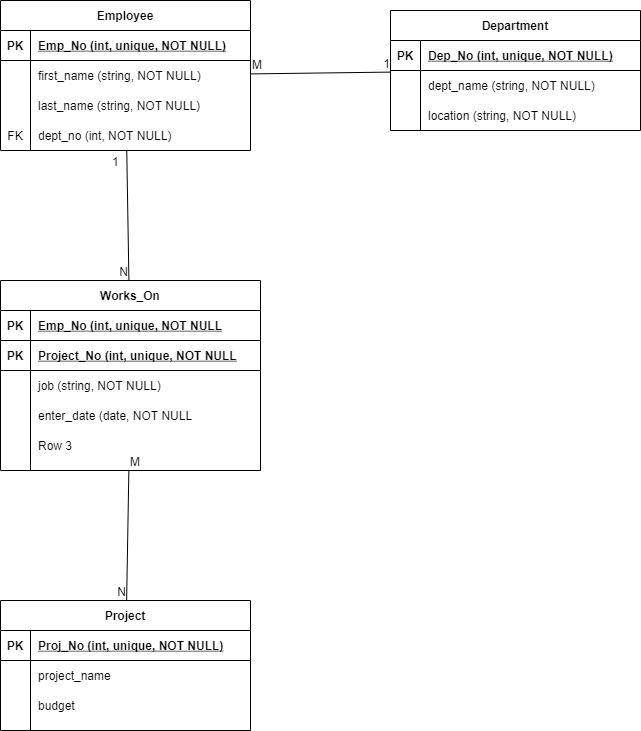
Above: Mod3/Alex_Field_LA3.png in alexfield55/cs3550 (draw.io), before the change. Source tidied: cells renumbered, new cells last; positions are measured from the earlier drawing's top-left corner, leaving out a move shared by most shapes. Source of this version:
```xml
<mxGraphModel>
  <root>
    <mxCell id="0" />
    <mxCell id="1" parent="0" />
    <mxCell id="2" value="Department" style="shape=table;startSize=30;rowLines=0;fontStyle=1;align=center;" parent="1" vertex="1">
      <mxGeometry x="390" y="10" width="250" height="120" as="geometry" />
    </mxCell>
    <mxCell id="3" style="shape=partialRectangle;fillColor=none;top=0;left=0;right=0;bottom=1;" parent="2" vertex="1">
      <mxGeometry y="30" width="250" height="30" as="geometry" />
    </mxCell>
    <mxCell id="4" value="PK" style="shape=partialRectangle;overflow=hidden;fillColor=none;top=0;left=0;bottom=0;right=0;fontStyle=1;" parent="3" vertex="1">
      <mxGeometry width="30" height="30" as="geometry" />
    </mxCell>
    <mxCell id="5" value="Dep_No (int, unique, NOT NULL)" style="shape=partialRectangle;overflow=hidden;fillColor=none;top=0;left=0;bottom=0;right=0;align=left;spacingLeft=6;fontStyle=5;" parent="3" vertex="1">
      <mxGeometry x="30" width="220" height="30" as="geometry" />
    </mxCell>
    <mxCell id="6" style="shape=partialRectangle;fillColor=none;top=0;left=0;right=0;bottom=0;" parent="2" vertex="1">
      <mxGeometry y="60" width="250" height="30" as="geometry" />
    </mxCell>
    <mxCell id="7" style="shape=partialRectangle;overflow=hidden;fillColor=none;top=0;left=0;bottom=0;right=0;" parent="6" vertex="1">
      <mxGeometry width="30" height="30" as="geometry" />
    </mxCell>
    <mxCell id="8" value="dept_name (string, NOT NULL)" style="shape=partialRectangle;overflow=hidden;fillColor=none;top=0;left=0;bottom=0;right=0;align=left;spacingLeft=6;" parent="6" vertex="1">
      <mxGeometry x="30" width="220" height="30" as="geometry" />
    </mxCell>
    <mxCell id="9" style="shape=partialRectangle;fillColor=none;top=0;left=0;right=0;bottom=0;" parent="2" vertex="1">
      <mxGeometry y="90" width="250" height="30" as="geometry" />
    </mxCell>
    <mxCell id="10" style="shape=partialRectangle;overflow=hidden;fillColor=none;top=0;left=0;bottom=0;right=0;" parent="9" vertex="1">
      <mxGeometry width="30" height="30" as="geometry" />
    </mxCell>
    <mxCell id="11" value="location (string, NOT NULL)" style="shape=partialRectangle;overflow=hidden;fillColor=none;top=0;left=0;bottom=0;right=0;align=left;spacingLeft=6;" parent="9" vertex="1">
      <mxGeometry x="30" width="220" height="30" as="geometry" />
    </mxCell>
    <mxCell id="12" value="Project" style="shape=table;startSize=30;rowLines=0;fontStyle=1;align=center;" parent="1" vertex="1">
      <mxGeometry y="600" width="250" height="130" as="geometry" />
    </mxCell>
    <mxCell id="13" style="shape=partialRectangle;fillColor=none;top=0;left=0;right=0;bottom=1;" parent="12" vertex="1">
      <mxGeometry y="30" width="250" height="30" as="geometry" />
    </mxCell>
    <mxCell id="14" value="PK" style="shape=partialRectangle;overflow=hidden;fillColor=none;top=0;left=0;bottom=0;right=0;fontStyle=1;" parent="13" vertex="1">
      <mxGeometry width="30" height="30" as="geometry" />
    </mxCell>
    <mxCell id="15" value="Proj_No (int, unique, NOT NULL)" style="shape=partialRectangle;overflow=hidden;fillColor=none;top=0;left=0;bottom=0;right=0;align=left;spacingLeft=6;fontStyle=5;" parent="13" vertex="1">
      <mxGeometry x="30" width="220" height="30" as="geometry" />
    </mxCell>
    <mxCell id="16" style="shape=partialRectangle;fillColor=none;top=0;left=0;right=0;bottom=0;" parent="12" vertex="1">
      <mxGeometry y="60" width="250" height="30" as="geometry" />
    </mxCell>
    <mxCell id="17" style="shape=partialRectangle;overflow=hidden;fillColor=none;top=0;left=0;bottom=0;right=0;" parent="16" vertex="1">
      <mxGeometry width="30" height="30" as="geometry" />
    </mxCell>
    <mxCell id="18" value="project_name" style="shape=partialRectangle;overflow=hidden;fillColor=none;top=0;left=0;bottom=0;right=0;align=left;spacingLeft=6;" parent="16" vertex="1">
      <mxGeometry x="30" width="220" height="30" as="geometry" />
    </mxCell>
    <mxCell id="19" style="shape=partialRectangle;fillColor=none;top=0;left=0;right=0;bottom=0;" parent="12" vertex="1">
      <mxGeometry y="90" width="250" height="30" as="geometry" />
    </mxCell>
    <mxCell id="20" style="shape=partialRectangle;overflow=hidden;fillColor=none;top=0;left=0;bottom=0;right=0;" parent="19" vertex="1">
      <mxGeometry width="30" height="30" as="geometry" />
    </mxCell>
    <mxCell id="21" value="budget" style="shape=partialRectangle;overflow=hidden;fillColor=none;top=0;left=0;bottom=0;right=0;align=left;spacingLeft=6;" parent="19" vertex="1">
      <mxGeometry x="30" width="220" height="30" as="geometry" />
    </mxCell>
    <mxCell id="22" value="Employee" style="shape=table;startSize=30;rowLines=0;fontStyle=1;align=center;" parent="1" vertex="1">
      <mxGeometry width="250" height="150" as="geometry" />
    </mxCell>
    <mxCell id="23" style="shape=partialRectangle;fillColor=none;top=0;left=0;right=0;bottom=1;" parent="22" vertex="1">
      <mxGeometry y="30" width="250" height="30" as="geometry" />
    </mxCell>
    <mxCell id="24" value="PK" style="shape=partialRectangle;overflow=hidden;fillColor=none;top=0;left=0;bottom=0;right=0;fontStyle=1;" parent="23" vertex="1">
      <mxGeometry width="30" height="30" as="geometry" />
    </mxCell>
    <mxCell id="25" value="Emp_No (int, unique, NOT NULL)" style="shape=partialRectangle;overflow=hidden;fillColor=none;top=0;left=0;bottom=0;right=0;align=left;spacingLeft=6;fontStyle=5;" parent="23" vertex="1">
      <mxGeometry x="30" width="220" height="30" as="geometry" />
    </mxCell>
    <mxCell id="26" style="shape=partialRectangle;fillColor=none;top=0;left=0;right=0;bottom=0;" parent="22" vertex="1">
      <mxGeometry y="60" width="250" height="30" as="geometry" />
    </mxCell>
    <mxCell id="27" style="shape=partialRectangle;overflow=hidden;fillColor=none;top=0;left=0;bottom=0;right=0;" parent="26" vertex="1">
      <mxGeometry width="30" height="30" as="geometry" />
    </mxCell>
    <mxCell id="28" value="first_name (string, NOT NULL)" style="shape=partialRectangle;overflow=hidden;fillColor=none;top=0;left=0;bottom=0;right=0;align=left;spacingLeft=6;" parent="26" vertex="1">
      <mxGeometry x="30" width="220" height="30" as="geometry" />
    </mxCell>
    <mxCell id="29" style="shape=partialRectangle;fillColor=none;top=0;left=0;bottom=0;right=0;" parent="22" vertex="1">
      <mxGeometry y="90" width="250" height="30" as="geometry" />
    </mxCell>
    <mxCell id="30" style="shape=partialRectangle;fillColor=none;top=0;left=0;bottom=0;right=0;overflow=hidden;" parent="29" vertex="1">
      <mxGeometry width="30" height="30" as="geometry" />
    </mxCell>
    <mxCell id="31" value="last_name (string, NOT NULL)" style="shape=partialRectangle;fillColor=none;top=0;left=0;bottom=0;right=0;align=left;spacingLeft=6;overflow=hidden;" parent="29" vertex="1">
      <mxGeometry x="30" width="220" height="30" as="geometry" />
    </mxCell>
    <mxCell id="32" style="shape=partialRectangle;fillColor=none;top=0;left=0;bottom=0;right=0;" parent="22" vertex="1">
      <mxGeometry y="120" width="250" height="30" as="geometry" />
    </mxCell>
    <mxCell id="33" value="FK" style="shape=partialRectangle;fillColor=none;top=0;left=0;bottom=0;right=0;fontStyle=0;overflow=hidden;" parent="32" vertex="1">
      <mxGeometry width="30" height="30" as="geometry" />
    </mxCell>
    <mxCell id="34" value="dept_no (int, NOT NULL)" style="shape=partialRectangle;fillColor=none;top=0;left=0;bottom=0;right=0;align=left;spacingLeft=6;fontStyle=0;overflow=hidden;" parent="32" vertex="1">
      <mxGeometry x="30" width="220" height="30" as="geometry" />
    </mxCell>
    <mxCell id="35" value="Works_On" style="shape=table;startSize=30;rowLines=0;fontStyle=1;align=center;" parent="1" vertex="1">
      <mxGeometry y="280" width="260" height="190" as="geometry" />
    </mxCell>
    <mxCell id="36" style="shape=partialRectangle;fillColor=none;top=0;left=0;bottom=1;right=0;" parent="35" vertex="1">
      <mxGeometry y="30" width="260" height="30" as="geometry" />
    </mxCell>
    <mxCell id="37" value="PK" style="shape=partialRectangle;fillColor=none;top=0;left=0;bottom=0;right=0;fontStyle=1;overflow=hidden;" parent="36" vertex="1">
      <mxGeometry width="30" height="30" as="geometry" />
    </mxCell>
    <mxCell id="38" value="Emp_No (int, unique, NOT NULL" style="shape=partialRectangle;fillColor=none;top=0;left=0;bottom=0;right=0;align=left;spacingLeft=6;fontStyle=5;overflow=hidden;" parent="36" vertex="1">
      <mxGeometry x="30" width="230" height="30" as="geometry" />
    </mxCell>
    <mxCell id="39" style="shape=partialRectangle;fillColor=none;top=0;left=0;bottom=1;right=0;" parent="35" vertex="1">
      <mxGeometry y="60" width="260" height="30" as="geometry" />
    </mxCell>
    <mxCell id="40" value="PK" style="shape=partialRectangle;fillColor=none;top=0;left=0;bottom=0;right=0;fontStyle=1;overflow=hidden;" parent="39" vertex="1">
      <mxGeometry width="30" height="30" as="geometry" />
    </mxCell>
    <mxCell id="41" value="Project_No (int, unique, NOT NULL" style="shape=partialRectangle;fillColor=none;top=0;left=0;bottom=0;right=0;align=left;spacingLeft=6;fontStyle=5;overflow=hidden;" parent="39" vertex="1">
      <mxGeometry x="30" width="230" height="30" as="geometry" />
    </mxCell>
    <mxCell id="42" style="shape=partialRectangle;fillColor=none;top=0;left=0;bottom=0;right=0;" parent="35" vertex="1">
      <mxGeometry y="90" width="260" height="30" as="geometry" />
    </mxCell>
    <mxCell id="43" style="shape=partialRectangle;fillColor=none;top=0;left=0;bottom=0;right=0;overflow=hidden;" parent="42" vertex="1">
      <mxGeometry width="30" height="30" as="geometry" />
    </mxCell>
    <mxCell id="44" value="job (string, NOT NULL)" style="shape=partialRectangle;fillColor=none;top=0;left=0;bottom=0;right=0;align=left;spacingLeft=6;overflow=hidden;" parent="42" vertex="1">
      <mxGeometry x="30" width="230" height="30" as="geometry" />
    </mxCell>
    <mxCell id="45" style="shape=partialRectangle;fillColor=none;top=0;left=0;bottom=0;right=0;" parent="35" vertex="1">
      <mxGeometry y="120" width="260" height="30" as="geometry" />
    </mxCell>
    <mxCell id="46" style="shape=partialRectangle;fillColor=none;top=0;left=0;bottom=0;right=0;overflow=hidden;" parent="45" vertex="1">
      <mxGeometry width="30" height="30" as="geometry" />
    </mxCell>
    <mxCell id="47" value="enter_date (date, NOT NULL" style="shape=partialRectangle;fillColor=none;top=0;left=0;bottom=0;right=0;align=left;spacingLeft=6;overflow=hidden;" parent="45" vertex="1">
      <mxGeometry x="30" width="230" height="30" as="geometry" />
    </mxCell>
    <mxCell id="48" style="shape=partialRectangle;fillColor=none;top=0;left=0;bottom=0;right=0;" parent="35" vertex="1">
      <mxGeometry y="150" width="260" height="30" as="geometry" />
    </mxCell>
    <mxCell id="49" style="shape=partialRectangle;fillColor=none;top=0;left=0;bottom=0;right=0;overflow=hidden;" parent="48" vertex="1">
      <mxGeometry width="30" height="30" as="geometry" />
    </mxCell>
    <mxCell id="50" value="Row 3" style="shape=partialRectangle;fillColor=none;top=0;left=0;bottom=0;right=0;align=left;spacingLeft=6;overflow=hidden;" parent="48" vertex="1">
      <mxGeometry x="30" width="230" height="30" as="geometry" />
    </mxCell>
    <mxCell id="51" style="endArrow=none;html=1;rounded=0;" parent="1" edge="1" source="22" target="35">
      <mxGeometry relative="1" as="geometry" />
    </mxCell>
    <mxCell id="52" value="1" style="html=1;align=left;verticalAlign=bottom;" parent="51" vertex="1">
      <mxGeometry x="-1" relative="1" as="geometry">
        <mxPoint x="-16.2" y="20" as="offset" />
      </mxGeometry>
    </mxCell>
    <mxCell id="53" value="N" style="html=1;align=right;verticalAlign=bottom;" parent="51" vertex="1">
      <mxGeometry x="1" relative="1" as="geometry" />
    </mxCell>
    <mxCell id="54" style="endArrow=none;html=1;rounded=0;" parent="1" edge="1" source="35" target="12">
      <mxGeometry relative="1" as="geometry" />
    </mxCell>
    <mxCell id="55" value="M" style="html=1;align=left;verticalAlign=bottom;" parent="54" vertex="1">
      <mxGeometry x="-1" relative="1" as="geometry" />
    </mxCell>
    <mxCell id="56" value="N" style="html=1;align=right;verticalAlign=bottom;" parent="54" vertex="1">
      <mxGeometry x="1" relative="1" as="geometry" />
    </mxCell>
    <mxCell id="57" style="endArrow=none;html=1;rounded=0;" parent="1" edge="1" source="22" target="2">
      <mxGeometry relative="1" as="geometry" />
    </mxCell>
    <mxCell id="58" value="M" style="html=1;align=left;verticalAlign=bottom;" parent="57" vertex="1">
      <mxGeometry x="-1" relative="1" as="geometry" />
    </mxCell>
    <mxCell id="59" value="1" style="html=1;align=right;verticalAlign=bottom;" parent="57" vertex="1">
      <mxGeometry x="1" relative="1" as="geometry" />
    </mxCell>
  </root>
</mxGraphModel>
```
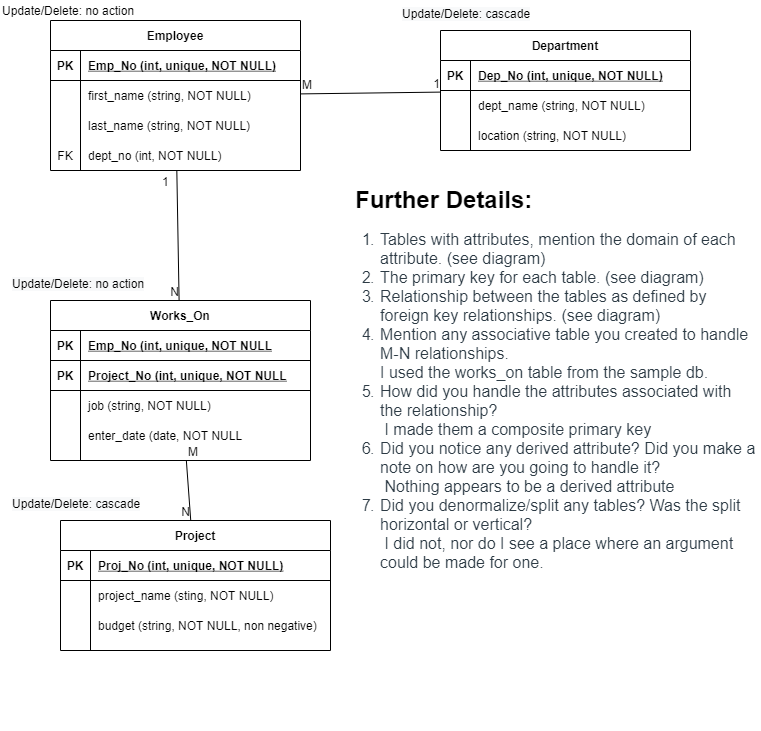
Above is the later version.

What changed in the source:
```diff
@@ -33,34 +33,34 @@
       <mxGeometry x="30" width="220" height="30" as="geometry" />
     </mxCell>
     <mxCell id="12" value="Project" style="shape=table;startSize=30;rowLines=0;fontStyle=1;align=center;" parent="1" vertex="1">
-      <mxGeometry y="600" width="250" height="130" as="geometry" />
+      <mxGeometry x="10" y="500" width="270" height="130" as="geometry" />
     </mxCell>
     <mxCell id="13" style="shape=partialRectangle;fillColor=none;top=0;left=0;right=0;bottom=1;" parent="12" vertex="1">
-      <mxGeometry y="30" width="250" height="30" as="geometry" />
+      <mxGeometry y="30" width="270" height="30" as="geometry" />
     </mxCell>
     <mxCell id="14" value="PK" style="shape=partialRectangle;overflow=hidden;fillColor=none;top=0;left=0;bottom=0;right=0;fontStyle=1;" parent="13" vertex="1">
       <mxGeometry width="30" height="30" as="geometry" />
     </mxCell>
     <mxCell id="15" value="Proj_No (int, unique, NOT NULL)" style="shape=partialRectangle;overflow=hidden;fillColor=none;top=0;left=0;bottom=0;right=0;align=left;spacingLeft=6;fontStyle=5;" parent="13" vertex="1">
-      <mxGeometry x="30" width="220" height="30" as="geometry" />
+      <mxGeometry x="30" width="240" height="30" as="geometry" />
     </mxCell>
     <mxCell id="16" style="shape=partialRectangle;fillColor=none;top=0;left=0;right=0;bottom=0;" parent="12" vertex="1">
-      <mxGeometry y="60" width="250" height="30" as="geometry" />
+      <mxGeometry y="60" width="270" height="30" as="geometry" />
     </mxCell>
     <mxCell id="17" style="shape=partialRectangle;overflow=hidden;fillColor=none;top=0;left=0;bottom=0;right=0;" parent="16" vertex="1">
       <mxGeometry width="30" height="30" as="geometry" />
     </mxCell>
-    <mxCell id="18" value="project_name" style="shape=partialRectangle;overflow=hidden;fillColor=none;top=0;left=0;bottom=0;right=0;align=left;spacingLeft=6;" parent="16" vertex="1">
-      <mxGeometry x="30" width="220" height="30" as="geometry" />
+    <mxCell id="18" value="project_name (sting, NOT NULL)" style="shape=partialRectangle;overflow=hidden;fillColor=none;top=0;left=0;bottom=0;right=0;align=left;spacingLeft=6;" parent="16" vertex="1">
+      <mxGeometry x="30" width="240" height="30" as="geometry" />
     </mxCell>
     <mxCell id="19" style="shape=partialRectangle;fillColor=none;top=0;left=0;right=0;bottom=0;" parent="12" vertex="1">
-      <mxGeometry y="90" width="250" height="30" as="geometry" />
+      <mxGeometry y="90" width="270" height="30" as="geometry" />
     </mxCell>
     <mxCell id="20" style="shape=partialRectangle;overflow=hidden;fillColor=none;top=0;left=0;bottom=0;right=0;" parent="19" vertex="1">
       <mxGeometry width="30" height="30" as="geometry" />
     </mxCell>
-    <mxCell id="21" value="budget" style="shape=partialRectangle;overflow=hidden;fillColor=none;top=0;left=0;bottom=0;right=0;align=left;spacingLeft=6;" parent="19" vertex="1">
-      <mxGeometry x="30" width="220" height="30" as="geometry" />
+    <mxCell id="21" value="budget (string, NOT NULL, non negative)" style="shape=partialRectangle;overflow=hidden;fillColor=none;top=0;left=0;bottom=0;right=0;align=left;spacingLeft=6;" parent="19" vertex="1">
+      <mxGeometry x="30" width="240" height="30" as="geometry" />
     </mxCell>
     <mxCell id="22" value="Employee" style="shape=table;startSize=30;rowLines=0;fontStyle=1;align=center;" parent="1" vertex="1">
       <mxGeometry width="250" height="150" as="geometry" />
@@ -102,7 +102,7 @@
       <mxGeometry x="30" width="220" height="30" as="geometry" />
     </mxCell>
     <mxCell id="35" value="Works_On" style="shape=table;startSize=30;rowLines=0;fontStyle=1;align=center;" parent="1" vertex="1">
-      <mxGeometry y="280" width="260" height="190" as="geometry" />
+      <mxGeometry y="280" width="260" height="160" as="geometry" />
     </mxCell>
     <mxCell id="36" style="shape=partialRectangle;fillColor=none;top=0;left=0;bottom=1;right=0;" parent="35" vertex="1">
       <mxGeometry y="30" width="260" height="30" as="geometry" />
@@ -140,15 +140,6 @@
     <mxCell id="47" value="enter_date (date, NOT NULL" style="shape=partialRectangle;fillColor=none;top=0;left=0;bottom=0;right=0;align=left;spacingLeft=6;overflow=hidden;" parent="45" vertex="1">
       <mxGeometry x="30" width="230" height="30" as="geometry" />
     </mxCell>
-    <mxCell id="48" style="shape=partialRectangle;fillColor=none;top=0;left=0;bottom=0;right=0;" parent="35" vertex="1">
-      <mxGeometry y="150" width="260" height="30" as="geometry" />
-    </mxCell>
-    <mxCell id="49" style="shape=partialRectangle;fillColor=none;top=0;left=0;bottom=0;right=0;overflow=hidden;" parent="48" vertex="1">
-      <mxGeometry width="30" height="30" as="geometry" />
-    </mxCell>
-    <mxCell id="50" value="Row 3" style="shape=partialRectangle;fillColor=none;top=0;left=0;bottom=0;right=0;align=left;spacingLeft=6;overflow=hidden;" parent="48" vertex="1">
-      <mxGeometry x="30" width="230" height="30" as="geometry" />
-    </mxCell>
     <mxCell id="51" style="endArrow=none;html=1;rounded=0;" parent="1" edge="1" source="22" target="35">
       <mxGeometry relative="1" as="geometry" />
     </mxCell>
@@ -178,5 +169,20 @@
     <mxCell id="59" value="1" style="html=1;align=right;verticalAlign=bottom;" parent="57" vertex="1">
       <mxGeometry x="1" relative="1" as="geometry" />
     </mxCell>
+    <mxCell id="60" value="&lt;h1&gt;Further Details:&lt;/h1&gt;&lt;ol style=&quot;padding: 0px ; margin: 0px 0px 0px 25px ; color: rgb(45 , 59 , 69) ; font-family: &amp;#34;lato extended&amp;#34; , &amp;#34;lato&amp;#34; , &amp;#34;helvetica neue&amp;#34; , &amp;#34;helvetica&amp;#34; , &amp;#34;arial&amp;#34; , sans-serif ; font-size: 16px ; background-color: rgb(255 , 255 , 255)&quot;&gt;&lt;li&gt;Tables with attributes, mention the domain of each attribute. (see diagram)&lt;/li&gt;&lt;li&gt;The primary key for each table. (see diagram)&lt;/li&gt;&lt;li&gt;Relationship between the tables as defined by foreign key relationships. (see diagram)&lt;/li&gt;&lt;li&gt;Mention any associative table you created to handle M-N relationships.&amp;nbsp; &amp;nbsp; &amp;nbsp; &amp;nbsp; &amp;nbsp; &amp;nbsp; &amp;nbsp; &amp;nbsp; &amp;nbsp; &amp;nbsp; &amp;nbsp; &amp;nbsp; &amp;nbsp; &amp;nbsp; &amp;nbsp; &amp;nbsp; &amp;nbsp; &amp;nbsp; &amp;nbsp; &amp;nbsp; &amp;nbsp; &amp;nbsp; &amp;nbsp; &amp;nbsp; &amp;nbsp; &amp;nbsp; &amp;nbsp; &amp;nbsp; I used the works_on table from the sample db.&lt;/li&gt;&lt;li&gt;How did you handle the attributes associated with the relationship?&amp;nbsp; &amp;nbsp; &amp;nbsp; &amp;nbsp; &amp;nbsp; &amp;nbsp; &amp;nbsp; &amp;nbsp; &amp;nbsp; &amp;nbsp; &amp;nbsp; &amp;nbsp; &amp;nbsp; &amp;nbsp; &amp;nbsp; &amp;nbsp; &amp;nbsp; &amp;nbsp; &amp;nbsp; &amp;nbsp; &amp;nbsp; &amp;nbsp; &amp;nbsp; &amp;nbsp; &amp;nbsp; &amp;nbsp; &amp;nbsp; &amp;nbsp; &amp;nbsp; &amp;nbsp;I made them a composite primary key&lt;/li&gt;&lt;li&gt;Did you notice any derived attribute? Did you make a note on how are you going to handle it?&amp;nbsp; &amp;nbsp; &amp;nbsp; &amp;nbsp; &amp;nbsp; &amp;nbsp; &amp;nbsp; &amp;nbsp; &amp;nbsp; &amp;nbsp; &amp;nbsp; &amp;nbsp;Nothing appears to be a derived attribute&lt;/li&gt;&lt;li&gt;Did you denormalize/split any tables? Was the split horizontal or vertical?&amp;nbsp; &amp;nbsp; &amp;nbsp; &amp;nbsp; &amp;nbsp; &amp;nbsp; &amp;nbsp; &amp;nbsp; &amp;nbsp; &amp;nbsp; &amp;nbsp; &amp;nbsp; &amp;nbsp; &amp;nbsp; &amp;nbsp; &amp;nbsp; &amp;nbsp; &amp;nbsp; &amp;nbsp; &amp;nbsp; &amp;nbsp; &amp;nbsp; &amp;nbsp; &amp;nbsp; &amp;nbsp; &amp;nbsp;I did not, nor do I see a place where an argument could be made for one.&lt;/li&gt;&lt;/ol&gt;&lt;div&gt;&lt;font color=&quot;#2d3b45&quot; face=&quot;lato extended, lato, helvetica neue, helvetica, arial, sans-serif&quot;&gt;&lt;span style=&quot;font-size: 16px&quot;&gt;&lt;br&gt;&lt;/span&gt;&lt;/font&gt;&lt;/div&gt;" style="text;html=1;strokeColor=none;fillColor=none;spacing=5;spacingTop=-20;whiteSpace=wrap;overflow=hidden;rounded=0;" parent="1" vertex="1">
+      <mxGeometry x="300" y="160" width="410" height="550" as="geometry" />
+    </mxCell>
+    <mxCell id="61" value="Update/Delete: no action" style="text;html=1;strokeColor=none;fillColor=none;align=left;verticalAlign=middle;whiteSpace=wrap;rounded=0;" parent="1" vertex="1">
+      <mxGeometry x="-50" y="-20" width="250" height="20" as="geometry" />
+    </mxCell>
+    <mxCell id="62" value="&lt;span style=&quot;color: rgb(0 , 0 , 0) ; font-family: &amp;#34;helvetica&amp;#34; ; font-size: 12px ; font-style: normal ; font-weight: 400 ; letter-spacing: normal ; text-align: left ; text-indent: 0px ; text-transform: none ; word-spacing: 0px ; background-color: rgb(248 , 249 , 250) ; display: inline ; float: none&quot;&gt;Update/Delete: cascade&lt;/span&gt;" style="text;whiteSpace=wrap;html=1;" parent="1" vertex="1">
+      <mxGeometry x="350" y="-20" width="160" height="30" as="geometry" />
+    </mxCell>
+    <mxCell id="63" value="&lt;span style=&quot;color: rgb(0, 0, 0); font-family: helvetica; font-size: 12px; font-style: normal; font-weight: 400; letter-spacing: normal; text-align: left; text-indent: 0px; text-transform: none; word-spacing: 0px; background-color: rgb(248, 249, 250); display: inline; float: none;&quot;&gt;Update/Delete: no action&lt;/span&gt;" style="text;whiteSpace=wrap;html=1;" parent="1" vertex="1">
+      <mxGeometry x="-40" y="250" width="160" height="30" as="geometry" />
+    </mxCell>
+    <mxCell id="64" value="&lt;span style=&quot;color: rgb(0 , 0 , 0) ; font-family: &amp;#34;helvetica&amp;#34; ; font-size: 12px ; font-style: normal ; font-weight: 400 ; letter-spacing: normal ; text-align: left ; text-indent: 0px ; text-transform: none ; word-spacing: 0px ; background-color: rgb(248 , 249 , 250) ; display: inline ; float: none&quot;&gt;Update/Delete: cascade&lt;/span&gt;" style="text;whiteSpace=wrap;html=1;" parent="1" vertex="1">
+      <mxGeometry x="-40" y="470" width="160" height="30" as="geometry" />
+    </mxCell>
   </root>
 </mxGraphModel>
```
